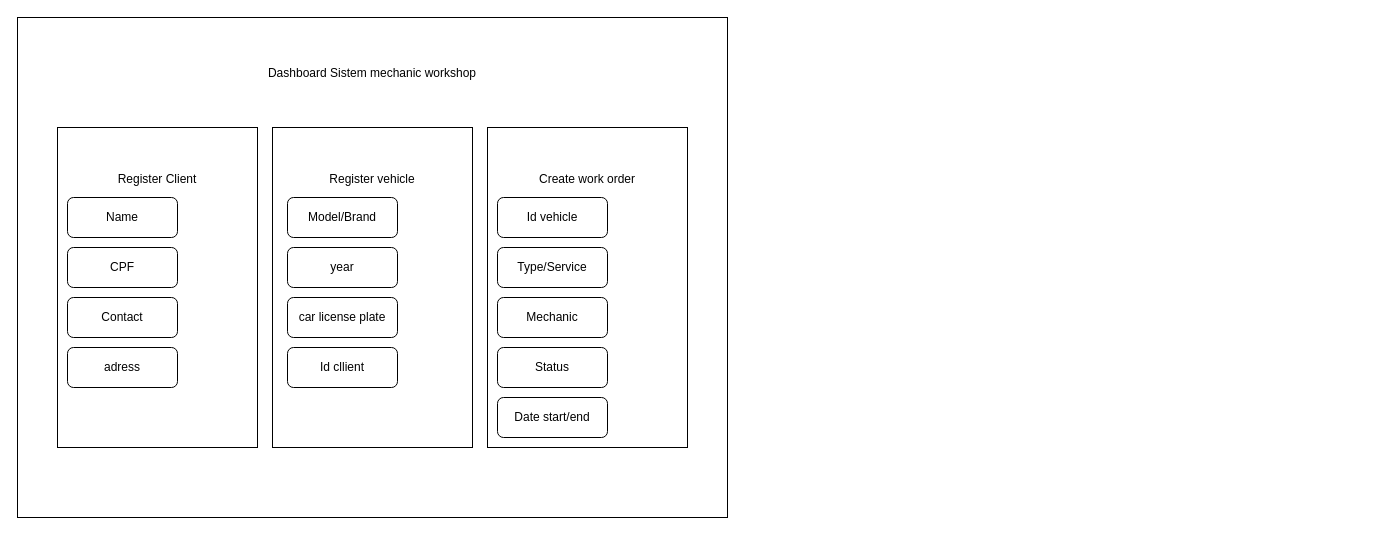
Earlier version of the draw.io diagram Diagrama sem nome.drawio (GabrielGallo1/MechanicSistem). Source tidied: cells renumbered, new cells numbered last; positions are measured from the earlier drawing's top-left corner, leaving out a move shared by most shapes. Both pictures are drawn from the tidied source at 100%, with x=0, y=0 at pixel (17, 17).
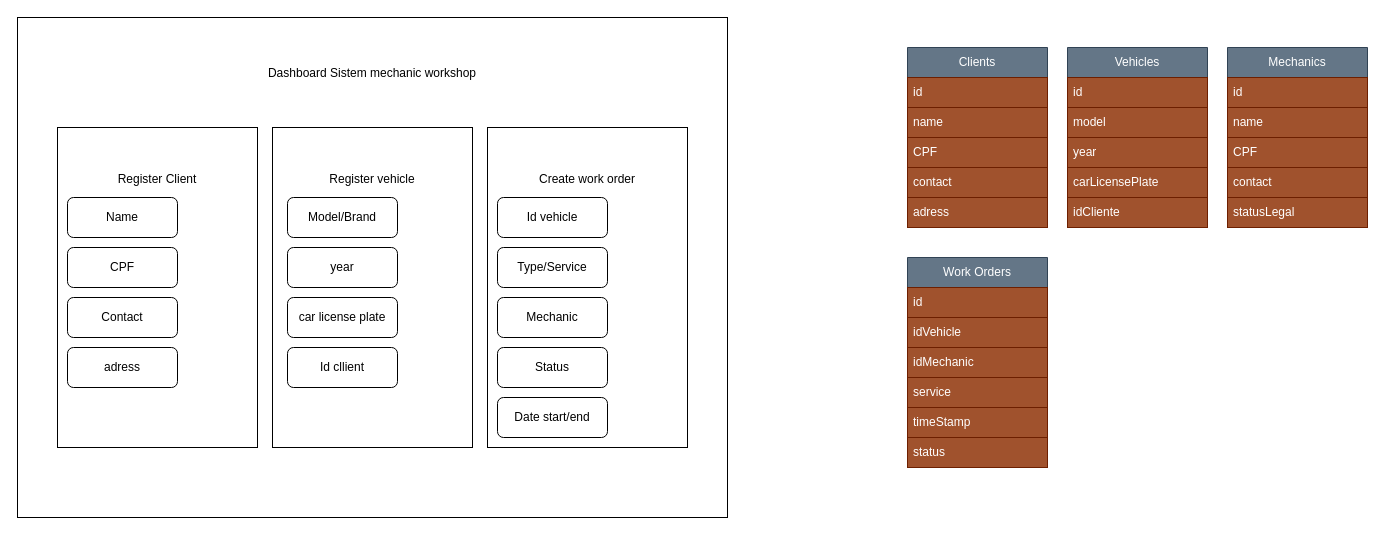
The same page after the edit.

Commit message:
table Database

What changed in the source:
```diff
@@
+    <mxCell id="19" value="Clients" style="swimlane;fontStyle=0;horizontal=1;startSize=30;whiteSpace=wrap;html=1;fillColor=#647687;fontColor=#ffffff;strokeColor=#314354;" parent="1" vertex="1">
+      <mxGeometry x="890" y="30" width="140" height="180" as="geometry" />
+    </mxCell>
+    <mxCell id="20" value="id" style="text;strokeColor=#6D1F00;fillColor=#a0522d;align=left;verticalAlign=middle;spacingLeft=4;spacingRight=4;overflow=hidden;whiteSpace=wrap;html=1;fontColor=#ffffff;" parent="19" vertex="1">
+      <mxGeometry y="30" width="140" height="30" as="geometry" />
+    </mxCell>
+    <mxCell id="21" value="name" style="text;strokeColor=#6D1F00;fillColor=#a0522d;align=left;verticalAlign=middle;spacingLeft=4;spacingRight=4;overflow=hidden;whiteSpace=wrap;html=1;fontColor=#ffffff;" parent="19" vertex="1">
+      <mxGeometry y="60" width="140" height="30" as="geometry" />
+    </mxCell>
+    <mxCell id="22" value="CPF" style="text;strokeColor=#6D1F00;fillColor=#a0522d;align=left;verticalAlign=middle;spacingLeft=4;spacingRight=4;overflow=hidden;whiteSpace=wrap;html=1;fontColor=#ffffff;" parent="19" vertex="1">
+      <mxGeometry y="90" width="140" height="30" as="geometry" />
+    </mxCell>
+    <mxCell id="23" value="contact" style="text;strokeColor=#6D1F00;fillColor=#a0522d;align=left;verticalAlign=middle;spacingLeft=4;spacingRight=4;overflow=hidden;whiteSpace=wrap;html=1;fontColor=#ffffff;" parent="19" vertex="1">
+      <mxGeometry y="120" width="140" height="30" as="geometry" />
+    </mxCell>
+    <mxCell id="24" value="adress" style="text;strokeColor=#6D1F00;fillColor=#a0522d;align=left;verticalAlign=middle;spacingLeft=4;spacingRight=4;overflow=hidden;whiteSpace=wrap;html=1;fontColor=#ffffff;" parent="19" vertex="1">
+      <mxGeometry y="150" width="140" height="30" as="geometry" />
+    </mxCell>
+    <mxCell id="25" value="Vehicles" style="swimlane;fontStyle=0;horizontal=1;startSize=30;whiteSpace=wrap;html=1;fillColor=#647687;fontColor=#ffffff;strokeColor=#314354;" parent="1" vertex="1">
+      <mxGeometry x="1050" y="30" width="140" height="180" as="geometry" />
+    </mxCell>
+    <mxCell id="26" value="id" style="text;strokeColor=#6D1F00;fillColor=#a0522d;align=left;verticalAlign=middle;spacingLeft=4;spacingRight=4;overflow=hidden;whiteSpace=wrap;html=1;fontColor=#ffffff;" parent="25" vertex="1">
+      <mxGeometry y="30" width="140" height="30" as="geometry" />
+    </mxCell>
+    <mxCell id="27" value="model" style="text;strokeColor=#6D1F00;fillColor=#a0522d;align=left;verticalAlign=middle;spacingLeft=4;spacingRight=4;overflow=hidden;whiteSpace=wrap;html=1;fontColor=#ffffff;" parent="25" vertex="1">
+      <mxGeometry y="60" width="140" height="30" as="geometry" />
+    </mxCell>
+    <mxCell id="28" value="year" style="text;strokeColor=#6D1F00;fillColor=#a0522d;align=left;verticalAlign=middle;spacingLeft=4;spacingRight=4;overflow=hidden;whiteSpace=wrap;html=1;fontColor=#ffffff;" parent="25" vertex="1">
+      <mxGeometry y="90" width="140" height="30" as="geometry" />
+    </mxCell>
+    <mxCell id="29" value="carLicensePlate" style="text;strokeColor=#6D1F00;fillColor=#a0522d;align=left;verticalAlign=middle;spacingLeft=4;spacingRight=4;overflow=hidden;whiteSpace=wrap;html=1;fontColor=#ffffff;" parent="25" vertex="1">
+      <mxGeometry y="120" width="140" height="30" as="geometry" />
+    </mxCell>
+    <mxCell id="30" value="idCliente" style="text;strokeColor=#6D1F00;fillColor=#a0522d;align=left;verticalAlign=middle;spacingLeft=4;spacingRight=4;overflow=hidden;whiteSpace=wrap;html=1;fontColor=#ffffff;" parent="25" vertex="1">
+      <mxGeometry y="150" width="140" height="30" as="geometry" />
+    </mxCell>
+    <mxCell id="31" value="Mechanics" style="swimlane;fontStyle=0;horizontal=1;startSize=30;whiteSpace=wrap;html=1;fillColor=#647687;fontColor=#ffffff;strokeColor=#314354;" parent="1" vertex="1">
+      <mxGeometry x="1210" y="30" width="140" height="180" as="geometry" />
+    </mxCell>
+    <mxCell id="32" value="id" style="text;strokeColor=#6D1F00;fillColor=#a0522d;align=left;verticalAlign=middle;spacingLeft=4;spacingRight=4;overflow=hidden;whiteSpace=wrap;html=1;fontColor=#ffffff;" parent="31" vertex="1">
+      <mxGeometry y="30" width="140" height="30" as="geometry" />
+    </mxCell>
+    <mxCell id="33" value="name" style="text;strokeColor=#6D1F00;fillColor=#a0522d;align=left;verticalAlign=middle;spacingLeft=4;spacingRight=4;overflow=hidden;whiteSpace=wrap;html=1;fontColor=#ffffff;" parent="31" vertex="1">
+      <mxGeometry y="60" width="140" height="30" as="geometry" />
+    </mxCell>
+    <mxCell id="34" value="CPF" style="text;strokeColor=#6D1F00;fillColor=#a0522d;align=left;verticalAlign=middle;spacingLeft=4;spacingRight=4;overflow=hidden;whiteSpace=wrap;html=1;fontColor=#ffffff;" parent="31" vertex="1">
+      <mxGeometry y="90" width="140" height="30" as="geometry" />
+    </mxCell>
+    <mxCell id="35" value="contact" style="text;strokeColor=#6D1F00;fillColor=#a0522d;align=left;verticalAlign=middle;spacingLeft=4;spacingRight=4;overflow=hidden;whiteSpace=wrap;html=1;fontColor=#ffffff;" parent="31" vertex="1">
+      <mxGeometry y="120" width="140" height="30" as="geometry" />
+    </mxCell>
+    <mxCell id="36" value="statusLegal" style="text;strokeColor=#6D1F00;fillColor=#a0522d;align=left;verticalAlign=middle;spacingLeft=4;spacingRight=4;overflow=hidden;whiteSpace=wrap;html=1;fontColor=#ffffff;" parent="31" vertex="1">
+      <mxGeometry y="150" width="140" height="30" as="geometry" />
+    </mxCell>
+    <mxCell id="37" value="Work Orders" style="swimlane;fontStyle=0;horizontal=1;startSize=30;whiteSpace=wrap;html=1;fillColor=#647687;fontColor=#ffffff;strokeColor=#314354;" parent="1" vertex="1">
+      <mxGeometry x="890" y="240" width="140" height="210" as="geometry" />
+    </mxCell>
+    <mxCell id="38" value="id" style="text;strokeColor=#6D1F00;fillColor=#a0522d;align=left;verticalAlign=middle;spacingLeft=4;spacingRight=4;overflow=hidden;whiteSpace=wrap;html=1;fontColor=#ffffff;" parent="37" vertex="1">
+      <mxGeometry y="30" width="140" height="30" as="geometry" />
+    </mxCell>
+    <mxCell id="39" value="idVehicle" style="text;strokeColor=#6D1F00;fillColor=#a0522d;align=left;verticalAlign=middle;spacingLeft=4;spacingRight=4;overflow=hidden;whiteSpace=wrap;html=1;fontColor=#ffffff;" parent="37" vertex="1">
+      <mxGeometry y="60" width="140" height="30" as="geometry" />
+    </mxCell>
+    <mxCell id="40" value="idMechanic" style="text;strokeColor=#6D1F00;fillColor=#a0522d;align=left;verticalAlign=middle;spacingLeft=4;spacingRight=4;overflow=hidden;whiteSpace=wrap;html=1;fontColor=#ffffff;" parent="37" vertex="1">
+      <mxGeometry y="90" width="140" height="30" as="geometry" />
+    </mxCell>
+    <mxCell id="41" value="service" style="text;strokeColor=#6D1F00;fillColor=#a0522d;align=left;verticalAlign=middle;spacingLeft=4;spacingRight=4;overflow=hidden;whiteSpace=wrap;html=1;fontColor=#ffffff;" parent="37" vertex="1">
+      <mxGeometry y="120" width="140" height="30" as="geometry" />
+    </mxCell>
+    <mxCell id="42" value="timeStamp" style="text;strokeColor=#6D1F00;fillColor=#a0522d;align=left;verticalAlign=middle;spacingLeft=4;spacingRight=4;overflow=hidden;whiteSpace=wrap;html=1;fontColor=#ffffff;" parent="37" vertex="1">
+      <mxGeometry y="150" width="140" height="30" as="geometry" />
+    </mxCell>
+    <mxCell id="43" value="status" style="text;strokeColor=#6D1F00;fillColor=#a0522d;align=left;verticalAlign=middle;spacingLeft=4;spacingRight=4;overflow=hidden;whiteSpace=wrap;html=1;fontColor=#ffffff;" parent="37" vertex="1">
+      <mxGeometry y="180" width="140" height="30" as="geometry" />
+    </mxCell>
```
